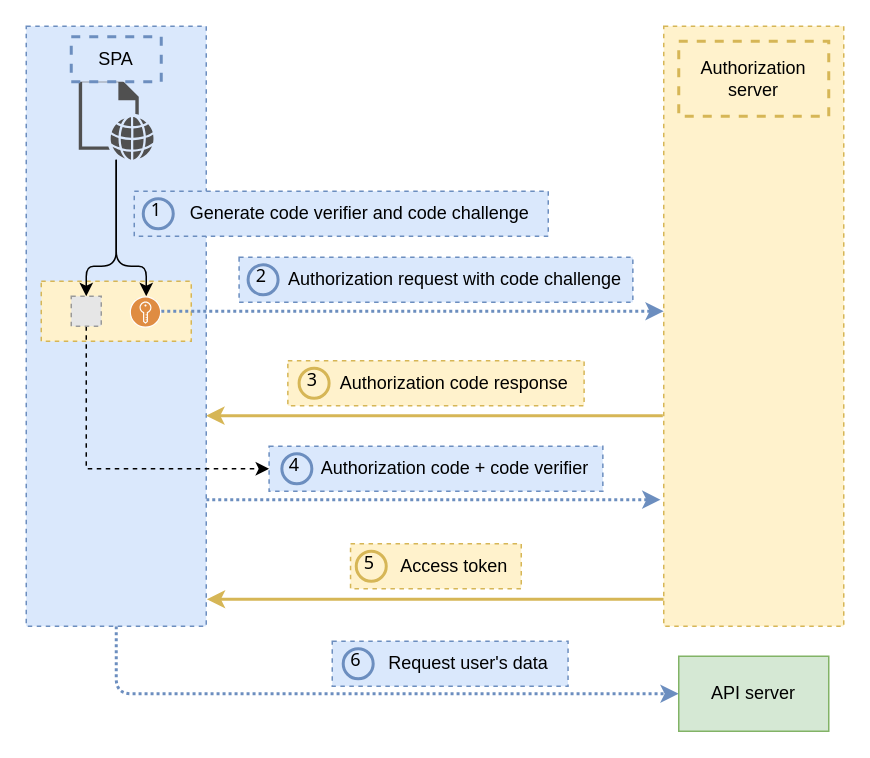
abunuwas/api-sec-book-imgs keeps this draw.io diagram as page "7.7" (7 of 18) of ch07.drawio. Above is the earlier version. Source tidied: cells renumbered, new cells numbered last; positions are measured from the earlier drawing's top-left corner, leaving out a move shared by most shapes. Both pictures are drawn from the tidied source at 150%, with x=0, y=0 at pixel (26, 26). Pictures stored in the file or linked from it are replaced by grey dashed boxes.
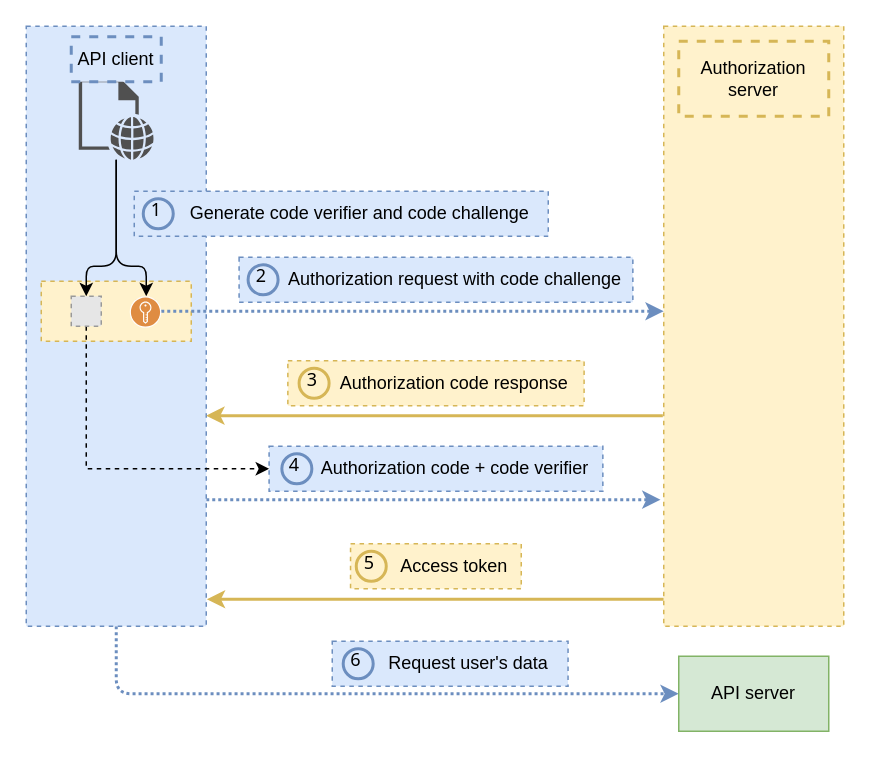
After the change.

The edit, as a diff of the source:
```diff
@@
-    <mxCell id="18" value="SPA" style="text;html=1;strokeColor=#6c8ebf;fillColor=#dae8fc;align=center;verticalAlign=middle;whiteSpace=wrap;rounded=0;dashed=1;strokeWidth=2;" parent="1" vertex="1">
+    <mxCell id="18" value="API client" style="text;html=1;strokeColor=#6c8ebf;fillColor=#dae8fc;align=center;verticalAlign=middle;whiteSpace=wrap;rounded=0;dashed=1;strokeWidth=2;" parent="1" vertex="1">
       <mxGeometry x="30" y="7" width="60" height="30" as="geometry" />
     </mxCell>
```
